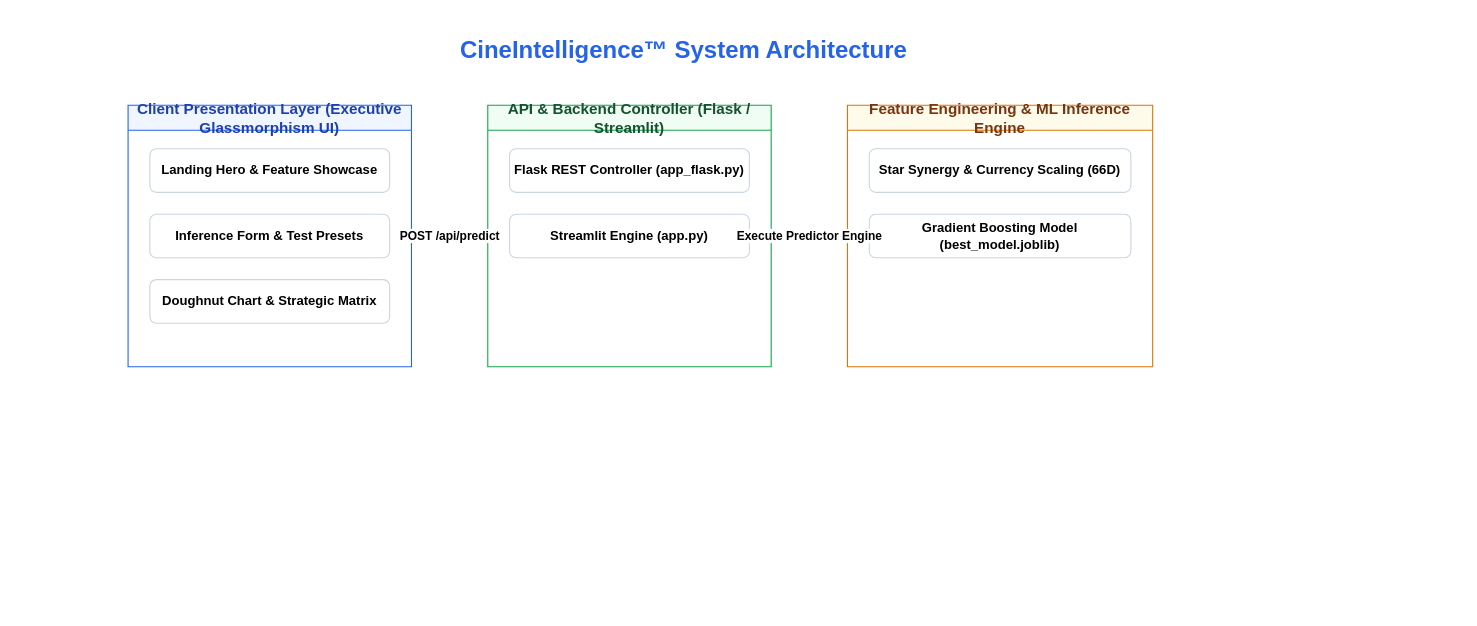
iamharishrohith/CineIntelligence keeps this draw.io diagram as diagrams/system_architecture.drawio. Above is the earlier version. Source tidied: cells renumbered, new cells numbered last; positions are measured from the earlier drawing's top-left corner, leaving out a move shared by most shapes. Both pictures are drawn from the tidied source at 109%, with x=0, y=0 at pixel (128, 28).
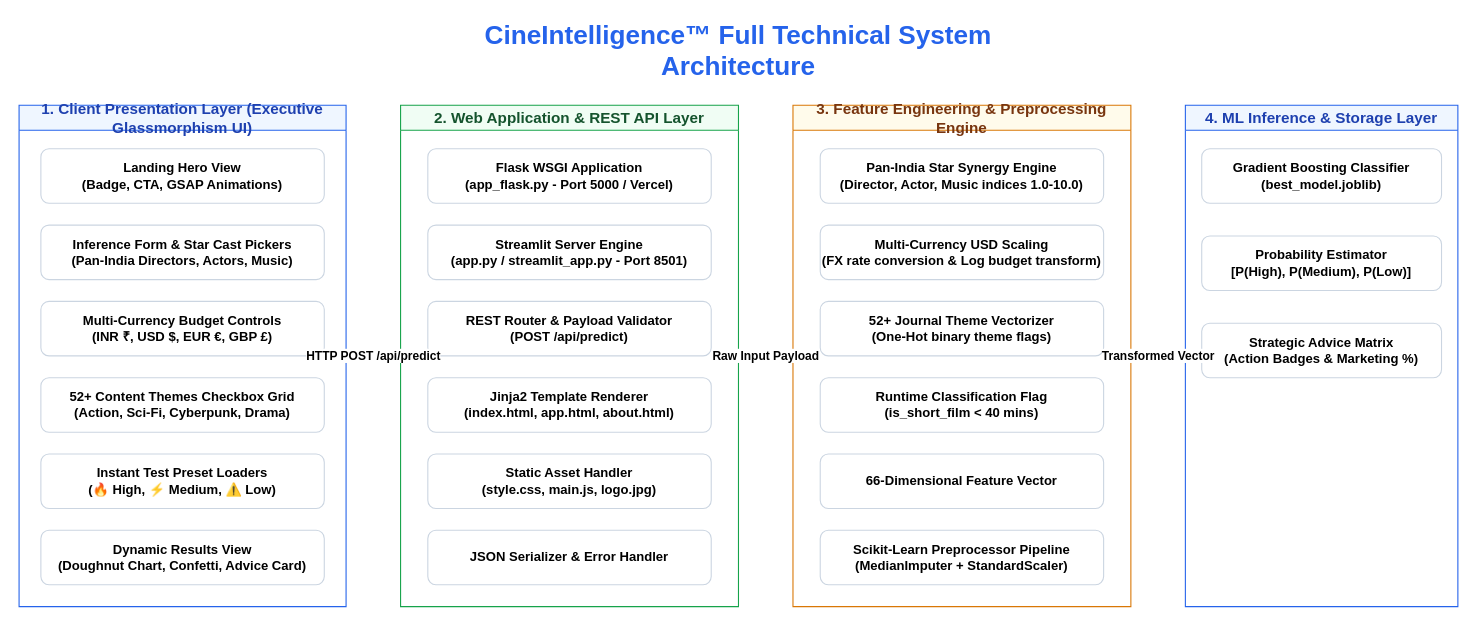
The same page after the edit.

Commit message (it also covers changes not shown here):
Upgrade Draw.io diagram files with ultra-detailed multi-node swimlanes, decision rhombuses, and data flow pipelines

Diff of the diagram source:
```diff
@@
-    <mxCell id="2" value="CineIntelligence™ System Architecture" style="text;html=1;strokeColor=none;fillColor=none;align=center;verticalAlign=middle;whiteSpace=wrap;rounded=0;fontSize=22;fontStyle=1;fontColor=#2563EB;" parent="1" vertex="1">
-      <mxGeometry x="260" width="500" height="40" as="geometry" />
+    <mxCell id="2" value="CineIntelligence™ Full Technical System Architecture" style="text;html=1;strokeColor=none;fillColor=none;align=center;verticalAlign=middle;whiteSpace=wrap;rounded=0;fontSize=24;fontStyle=1;fontColor=#2563EB;" parent="1" vertex="1">
+      <mxGeometry x="260" width="600" height="40" as="geometry" />
     </mxCell>
-    <mxCell id="3" value="Client Presentation Layer (Executive Glassmorphism UI)" style="swimlane;whiteSpace=wrap;html=1;fillColor=#EFF6FF;strokeColor=#2563EB;fontStyle=1;fontSize=14;fontColor=#1E40AF;" parent="1" vertex="1">
-      <mxGeometry y="70" width="260" height="240" as="geometry" />
-    </mxCell>
-    <mxCell id="4" value="Landing Hero &amp; Feature Showcase" style="rounded=1;whiteSpace=wrap;html=1;fillColor=#FFFFFF;strokeColor=#CBD5E1;fontStyle=1;" parent="3" vertex="1">
-      <mxGeometry x="20" y="40" width="220" height="40" as="geometry" />
-    </mxCell>
-    <mxCell id="5" value="Inference Form &amp; Test Presets" style="rounded=1;whiteSpace=wrap;html=1;fillColor=#FFFFFF;strokeColor=#CBD5E1;fontStyle=1;" parent="3" vertex="1">
-      <mxGeometry x="20" y="100" width="220" height="40" as="geometry" />
-    </mxCell>
-    <mxCell id="6" value="Doughnut Chart &amp; Strategic Matrix" style="rounded=1;whiteSpace=wrap;html=1;fillColor=#FFFFFF;strokeColor=#CBD5E1;fontStyle=1;" parent="3" vertex="1">
-      <mxGeometry x="20" y="160" width="220" height="40" as="geometry" />
-    </mxCell>
-    <mxCell id="7" value="API &amp; Backend Controller (Flask / Streamlit)" style="swimlane;whiteSpace=wrap;html=1;fillColor=#F0FDF4;strokeColor=#16A34A;fontStyle=1;fontSize=14;fontColor=#14532D;" parent="1" vertex="1">
-      <mxGeometry x="330" y="70" width="260" height="240" as="geometry" />
-    </mxCell>
-    <mxCell id="8" value="Flask REST Controller (app_flask.py)" style="rounded=1;whiteSpace=wrap;html=1;fillColor=#FFFFFF;strokeColor=#CBD5E1;fontStyle=1;" parent="7" vertex="1">
-      <mxGeometry x="20" y="40" width="220" height="40" as="geometry" />
-    </mxCell>
-    <mxCell id="9" value="Streamlit Engine (app.py)" style="rounded=1;whiteSpace=wrap;html=1;fillColor=#FFFFFF;strokeColor=#CBD5E1;fontStyle=1;" parent="7" vertex="1">
-      <mxGeometry x="20" y="100" width="220" height="40" as="geometry" />
-    </mxCell>
-    <mxCell id="10" value="Feature Engineering &amp; ML Inference Engine" style="swimlane;whiteSpace=wrap;html=1;fillColor=#FFFBEB;strokeColor=#D97706;fontStyle=1;fontSize=14;fontColor=#78350F;" parent="1" vertex="1">
-      <mxGeometry x="660" y="70" width="280" height="240" as="geometry" />
-    </mxCell>
-    <mxCell id="11" value="Star Synergy &amp; Currency Scaling (66D)" style="rounded=1;whiteSpace=wrap;html=1;fillColor=#FFFFFF;strokeColor=#CBD5E1;fontStyle=1;" parent="10" vertex="1">
-      <mxGeometry x="20" y="40" width="240" height="40" as="geometry" />
-    </mxCell>
-    <mxCell id="12" value="Gradient Boosting Model (best_model.joblib)" style="rounded=1;whiteSpace=wrap;html=1;fillColor=#FFFFFF;strokeColor=#CBD5E1;fontStyle=1;" parent="10" vertex="1">
-      <mxGeometry x="20" y="100" width="240" height="40" as="geometry" />
-    </mxCell>
-    <mxCell id="13" value="POST /api/predict" style="edgeStyle=orthogonalEdgeStyle;rounded=0;jettySize=auto;html=1;strokeColor=#2563EB;strokeWidth=2;fontStyle=1;fontSize=11;" parent="1" edge="1" source="3" target="7">
-      <mxGeometry relative="1" as="geometry" />
-    </mxCell>
-    <mxCell id="14" value="Execute Predictor Engine" style="edgeStyle=orthogonalEdgeStyle;rounded=0;jettySize=auto;html=1;strokeColor=#16A34A;strokeWidth=2;fontStyle=1;fontSize=11;" parent="1" edge="1" source="7" target="10">
-      <mxGeometry relative="1" as="geometry" />
-    </mxCell>
+    <mxCell id="15" value="1. Client Presentation Layer (Executive Glassmorphism UI)" style="swimlane;whiteSpace=wrap;html=1;fillColor=#EFF6FF;strokeColor=#2563EB;fontStyle=1;fontSize=14;fontColor=#1E40AF;" parent="1" vertex="1">
+      <mxGeometry x="-100" y="70" width="300" height="460" as="geometry" />
+    </mxCell>
+    <mxCell id="16" value="Landing Hero View&#10;(Badge, CTA, GSAP Animations)" style="rounded=1;whiteSpace=wrap;html=1;fillColor=#FFFFFF;strokeColor=#CBD5E1;fontStyle=1;" parent="15" vertex="1">
+      <mxGeometry x="20" y="40" width="260" height="50" as="geometry" />
+    </mxCell>
+    <mxCell id="17" value="Inference Form &amp; Star Cast Pickers&#10;(Pan-India Directors, Actors, Music)" style="rounded=1;whiteSpace=wrap;html=1;fillColor=#FFFFFF;strokeColor=#CBD5E1;fontStyle=1;" parent="15" vertex="1">
+      <mxGeometry x="20" y="110" width="260" height="50" as="geometry" />
+    </mxCell>
+    <mxCell id="18" value="Multi-Currency Budget Controls&#10;(INR ₹, USD $, EUR €, GBP £)" style="rounded=1;whiteSpace=wrap;html=1;fillColor=#FFFFFF;strokeColor=#CBD5E1;fontStyle=1;" parent="15" vertex="1">
+      <mxGeometry x="20" y="180" width="260" height="50" as="geometry" />
+    </mxCell>
+    <mxCell id="19" value="52+ Content Themes Checkbox Grid&#10;(Action, Sci-Fi, Cyberpunk, Drama)" style="rounded=1;whiteSpace=wrap;html=1;fillColor=#FFFFFF;strokeColor=#CBD5E1;fontStyle=1;" parent="15" vertex="1">
+      <mxGeometry x="20" y="250" width="260" height="50" as="geometry" />
+    </mxCell>
+    <mxCell id="20" value="Instant Test Preset Loaders&#10;(🔥 High, ⚡ Medium, ⚠️ Low)" style="rounded=1;whiteSpace=wrap;html=1;fillColor=#FFFFFF;strokeColor=#CBD5E1;fontStyle=1;" parent="15" vertex="1">
+      <mxGeometry x="20" y="320" width="260" height="50" as="geometry" />
+    </mxCell>
+    <mxCell id="21" value="Dynamic Results View&#10;(Doughnut Chart, Confetti, Advice Card)" style="rounded=1;whiteSpace=wrap;html=1;fillColor=#FFFFFF;strokeColor=#CBD5E1;fontStyle=1;" parent="15" vertex="1">
+      <mxGeometry x="20" y="390" width="260" height="50" as="geometry" />
+    </mxCell>
+    <mxCell id="22" value="2. Web Application &amp; REST API Layer" style="swimlane;whiteSpace=wrap;html=1;fillColor=#F0FDF4;strokeColor=#16A34A;fontStyle=1;fontSize=14;fontColor=#14532D;" parent="1" vertex="1">
+      <mxGeometry x="250" y="70" width="310" height="460" as="geometry" />
+    </mxCell>
+    <mxCell id="23" value="Flask WSGI Application&#10;(app_flask.py - Port 5000 / Vercel)" style="rounded=1;whiteSpace=wrap;html=1;fillColor=#FFFFFF;strokeColor=#CBD5E1;fontStyle=1;" parent="22" vertex="1">
+      <mxGeometry x="25" y="40" width="260" height="50" as="geometry" />
+    </mxCell>
+    <mxCell id="24" value="Streamlit Server Engine&#10;(app.py / streamlit_app.py - Port 8501)" style="rounded=1;whiteSpace=wrap;html=1;fillColor=#FFFFFF;strokeColor=#CBD5E1;fontStyle=1;" parent="22" vertex="1">
+      <mxGeometry x="25" y="110" width="260" height="50" as="geometry" />
+    </mxCell>
+    <mxCell id="25" value="REST Router &amp; Payload Validator&#10;(POST /api/predict)" style="rounded=1;whiteSpace=wrap;html=1;fillColor=#FFFFFF;strokeColor=#CBD5E1;fontStyle=1;" parent="22" vertex="1">
+      <mxGeometry x="25" y="180" width="260" height="50" as="geometry" />
+    </mxCell>
+    <mxCell id="26" value="Jinja2 Template Renderer&#10;(index.html, app.html, about.html)" style="rounded=1;whiteSpace=wrap;html=1;fillColor=#FFFFFF;strokeColor=#CBD5E1;fontStyle=1;" parent="22" vertex="1">
+      <mxGeometry x="25" y="250" width="260" height="50" as="geometry" />
+    </mxCell>
+    <mxCell id="27" value="Static Asset Handler&#10;(style.css, main.js, logo.jpg)" style="rounded=1;whiteSpace=wrap;html=1;fillColor=#FFFFFF;strokeColor=#CBD5E1;fontStyle=1;" parent="22" vertex="1">
+      <mxGeometry x="25" y="320" width="260" height="50" as="geometry" />
+    </mxCell>
+    <mxCell id="28" value="JSON Serializer &amp; Error Handler" style="rounded=1;whiteSpace=wrap;html=1;fillColor=#FFFFFF;strokeColor=#CBD5E1;fontStyle=1;" parent="22" vertex="1">
+      <mxGeometry x="25" y="390" width="260" height="50" as="geometry" />
+    </mxCell>
+    <mxCell id="29" value="3. Feature Engineering &amp; Preprocessing Engine" style="swimlane;whiteSpace=wrap;html=1;fillColor=#FFFBEB;strokeColor=#D97706;fontStyle=1;fontSize=14;fontColor=#78350F;" parent="1" vertex="1">
+      <mxGeometry x="610" y="70" width="310" height="460" as="geometry" />
+    </mxCell>
+    <mxCell id="30" value="Pan-India Star Synergy Engine&#10;(Director, Actor, Music indices 1.0-10.0)" style="rounded=1;whiteSpace=wrap;html=1;fillColor=#FFFFFF;strokeColor=#CBD5E1;fontStyle=1;" parent="29" vertex="1">
+      <mxGeometry x="25" y="40" width="260" height="50" as="geometry" />
+    </mxCell>
+    <mxCell id="31" value="Multi-Currency USD Scaling&#10;(FX rate conversion &amp; Log budget transform)" style="rounded=1;whiteSpace=wrap;html=1;fillColor=#FFFFFF;strokeColor=#CBD5E1;fontStyle=1;" parent="29" vertex="1">
+      <mxGeometry x="25" y="110" width="260" height="50" as="geometry" />
+    </mxCell>
+    <mxCell id="32" value="52+ Journal Theme Vectorizer&#10;(One-Hot binary theme flags)" style="rounded=1;whiteSpace=wrap;html=1;fillColor=#FFFFFF;strokeColor=#CBD5E1;fontStyle=1;" parent="29" vertex="1">
+      <mxGeometry x="25" y="180" width="260" height="50" as="geometry" />
+    </mxCell>
+    <mxCell id="33" value="Runtime Classification Flag&#10;(is_short_film &lt; 40 mins)" style="rounded=1;whiteSpace=wrap;html=1;fillColor=#FFFFFF;strokeColor=#CBD5E1;fontStyle=1;" parent="29" vertex="1">
+      <mxGeometry x="25" y="250" width="260" height="50" as="geometry" />
+    </mxCell>
+    <mxCell id="34" value="66-Dimensional Feature Vector" style="rounded=1;whiteSpace=wrap;html=1;fillColor=#FFFFFF;strokeColor=#CBD5E1;fontStyle=1;" parent="29" vertex="1">
+      <mxGeometry x="25" y="320" width="260" height="50" as="geometry" />
+    </mxCell>
+    <mxCell id="35" value="Scikit-Learn Preprocessor Pipeline&#10;(MedianImputer + StandardScaler)" style="rounded=1;whiteSpace=wrap;html=1;fillColor=#FFFFFF;strokeColor=#CBD5E1;fontStyle=1;" parent="29" vertex="1">
+      <mxGeometry x="25" y="390" width="260" height="50" as="geometry" />
+    </mxCell>
+    <mxCell id="36" value="4. ML Inference &amp; Storage Layer" style="swimlane;whiteSpace=wrap;html=1;fillColor=#EFF6FF;strokeColor=#2563EB;fontStyle=1;fontSize=14;fontColor=#1E40AF;" parent="1" vertex="1">
+      <mxGeometry x="970" y="70" width="250" height="460" as="geometry" />
+    </mxCell>
+    <mxCell id="37" value="Gradient Boosting Classifier&#10;(best_model.joblib)" style="rounded=1;whiteSpace=wrap;html=1;fillColor=#FFFFFF;strokeColor=#CBD5E1;fontStyle=1;" parent="36" vertex="1">
+      <mxGeometry x="15" y="40" width="220" height="50" as="geometry" />
+    </mxCell>
+    <mxCell id="38" value="Probability Estimator&#10;[P(High), P(Medium), P(Low)]" style="rounded=1;whiteSpace=wrap;html=1;fillColor=#FFFFFF;strokeColor=#CBD5E1;fontStyle=1;" parent="36" vertex="1">
+      <mxGeometry x="15" y="120" width="220" height="50" as="geometry" />
+    </mxCell>
+    <mxCell id="39" value="Strategic Advice Matrix&#10;(Action Badges &amp; Marketing %)" style="rounded=1;whiteSpace=wrap;html=1;fillColor=#FFFFFF;strokeColor=#CBD5E1;fontStyle=1;" parent="36" vertex="1">
+      <mxGeometry x="15" y="200" width="220" height="50" as="geometry" />
+    </mxCell>
+    <mxCell id="40" value="HTTP POST /api/predict" style="edgeStyle=orthogonalEdgeStyle;rounded=0;html=1;strokeColor=#2563EB;strokeWidth=2;fontStyle=1;fontSize=11;" parent="1" edge="1" source="15" target="22">
+      <mxGeometry relative="1" as="geometry" />
+    </mxCell>
+    <mxCell id="41" value="Raw Input Payload" style="edgeStyle=orthogonalEdgeStyle;rounded=0;html=1;strokeColor=#16A34A;strokeWidth=2;fontStyle=1;fontSize=11;" parent="1" edge="1" source="22" target="29">
+      <mxGeometry relative="1" as="geometry" />
+    </mxCell>
+    <mxCell id="42" value="Transformed Vector" style="edgeStyle=orthogonalEdgeStyle;rounded=0;html=1;strokeColor=#D97706;strokeWidth=2;fontStyle=1;fontSize=11;" parent="1" edge="1" source="29" target="36">
+      <mxGeometry relative="1" as="geometry" />
+    </mxCell>
```
